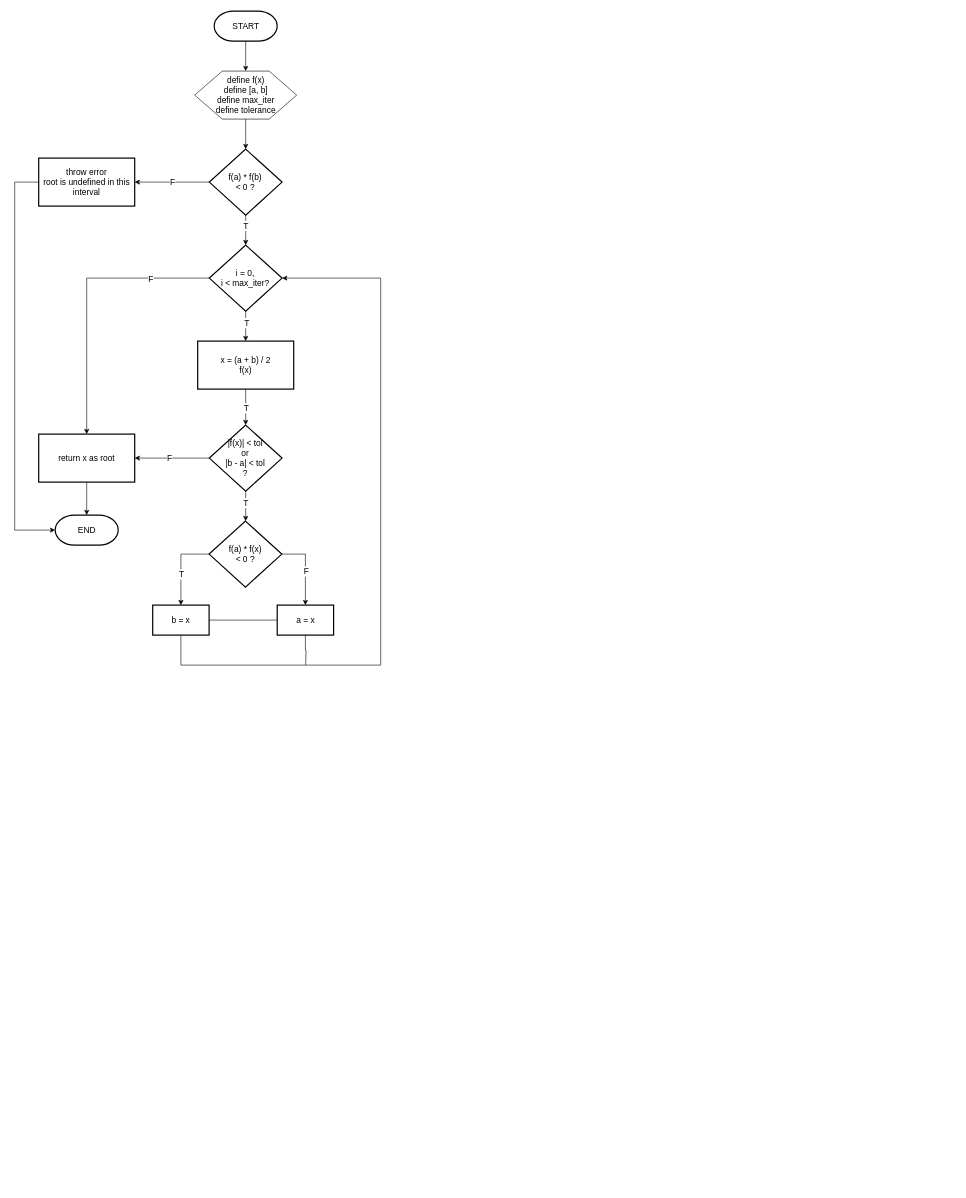
The draw.io diagram bisection/bisection.drawio in HarisHerdiansyah/computational-math, before the edit. Source tidied: cells renumbered, new cells numbered last; positions are measured from the earlier drawing's top-left corner, leaving out a move shared by most shapes. Both pictures are drawn from the tidied source at 60%, with x=0, y=0 at pixel (14, 11).
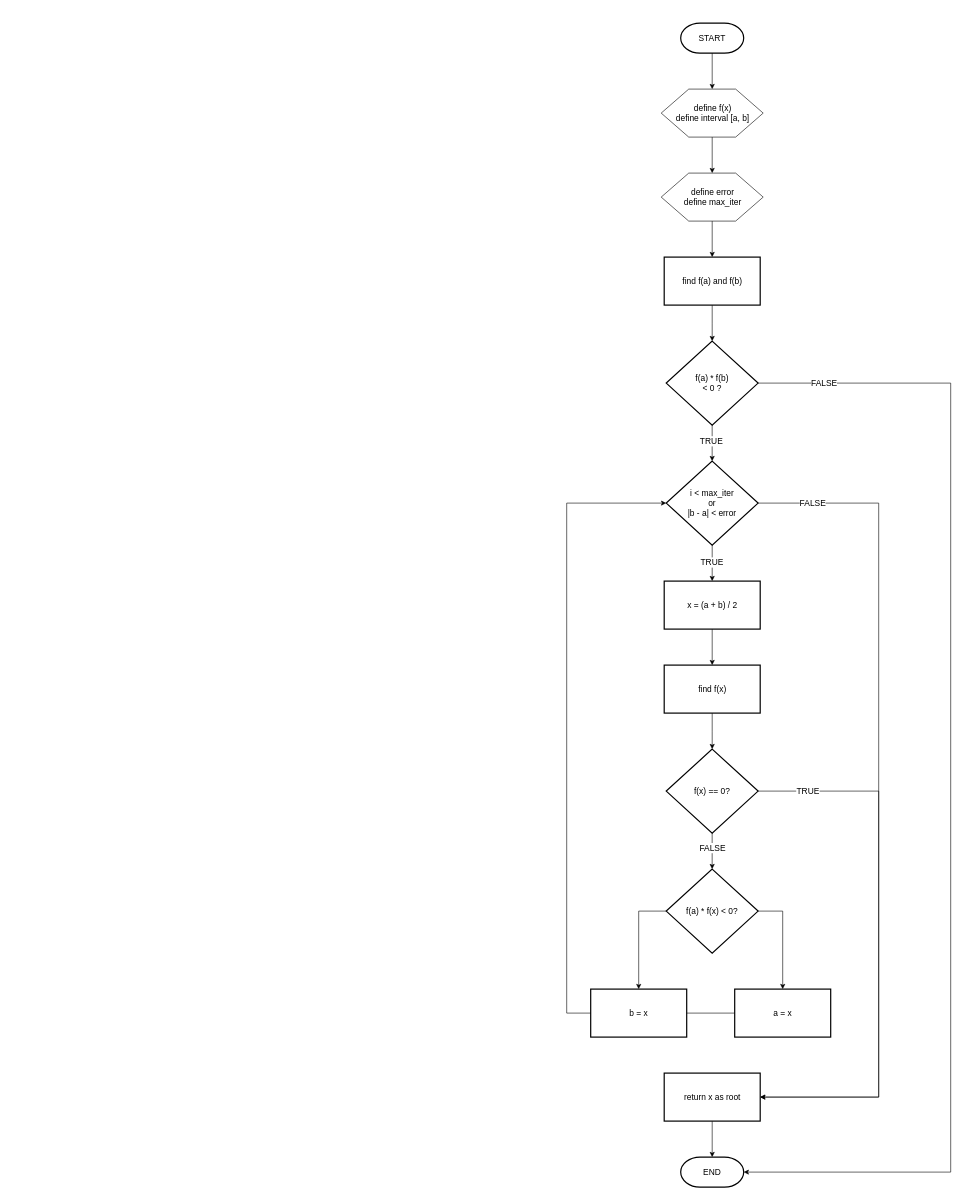
The same diagram, later.

What changed in the source:
```diff
@@
-    <mxCell id="2" style="edgeStyle=orthogonalEdgeStyle;rounded=0;jettySize=auto;html=1;" parent="1" edge="1" source="3" target="5">
-      <mxGeometry relative="1" as="geometry" />
-    </mxCell>
+    <mxCell id="39" style="edgeStyle=orthogonalEdgeStyle;rounded=0;jettySize=auto;html=1;" parent="1" edge="1" source="3" target="41">
+      <mxGeometry relative="1" as="geometry" />
+    </mxCell>
     <mxCell id="3" value="START" style="strokeWidth=2;html=1;shape=mxgraph.flowchart.terminator;whiteSpace=wrap;fontSize=14;" parent="1" vertex="1">
-      <mxGeometry x="332.5" width="105" height="50" as="geometry" />
+      <mxGeometry x="1110" y="20" width="105" height="50" as="geometry" />
     </mxCell>
-    <mxCell id="4" style="edgeStyle=orthogonalEdgeStyle;rounded=0;jettySize=auto;html=1;" parent="1" edge="1" source="5" target="10">
-      <mxGeometry relative="1" as="geometry" />
-    </mxCell>
-    <mxCell id="5" value="define f(x)&lt;div&gt;define [a, b]&lt;/div&gt;&lt;div&gt;define max_iter&lt;/div&gt;&lt;div&gt;define tolerance&lt;/div&gt;" style="verticalLabelPosition=middle;verticalAlign=middle;html=1;shape=hexagon;perimeter=hexagonPerimeter2;arcSize=6;size=0.27;labelPosition=center;align=center;fontSize=14;" parent="1" vertex="1">
-      <mxGeometry x="300" y="100" width="170" height="80" as="geometry" />
-    </mxCell>
-    <mxCell id="6" style="edgeStyle=orthogonalEdgeStyle;rounded=0;jettySize=auto;html=1;" parent="1" edge="1" source="10" target="15">
-      <mxGeometry relative="1" as="geometry" />
-    </mxCell>
-    <mxCell id="7" value="&lt;font style=&quot;font-size: 14px;&quot;&gt;T&lt;/font&gt;" style="edgeLabel;html=1;align=center;verticalAlign=middle;" parent="6" vertex="1">
-      <mxGeometry x="-0.32" y="-1" relative="1" as="geometry" />
-    </mxCell>
-    <mxCell id="8" style="edgeStyle=orthogonalEdgeStyle;rounded=0;jettySize=auto;html=1;exitX=0;exitY=0.5;exitDx=0;exitDy=0;exitPerimeter=0;" parent="1" edge="1" source="10" target="37">
-      <mxGeometry relative="1" as="geometry" />
-    </mxCell>
-    <mxCell id="9" value="&lt;span style=&quot;font-size: 14px;&quot;&gt;F&lt;/span&gt;" style="edgeLabel;html=1;align=center;verticalAlign=middle;" parent="8" vertex="1">
-      <mxGeometry y="-1" relative="1" as="geometry" />
-    </mxCell>
+    <mxCell id="40" style="edgeStyle=orthogonalEdgeStyle;rounded=0;jettySize=auto;html=1;" parent="1" edge="1" source="41" target="43">
+      <mxGeometry relative="1" as="geometry" />
+    </mxCell>
+    <mxCell id="41" value="define f(x)&lt;div&gt;define interval [a, b]&lt;/div&gt;" style="verticalLabelPosition=middle;verticalAlign=middle;html=1;shape=hexagon;perimeter=hexagonPerimeter2;arcSize=6;size=0.27;labelPosition=center;align=center;fontSize=14;" parent="1" vertex="1">
+      <mxGeometry x="1077.5" y="130" width="170" height="80" as="geometry" />
+    </mxCell>
+    <mxCell id="42" style="edgeStyle=orthogonalEdgeStyle;rounded=0;jettySize=auto;html=1;" parent="1" edge="1" source="43" target="45">
+      <mxGeometry relative="1" as="geometry" />
+    </mxCell>
+    <mxCell id="43" value="define error&lt;div&gt;define max_iter&lt;/div&gt;" style="verticalLabelPosition=middle;verticalAlign=middle;html=1;shape=hexagon;perimeter=hexagonPerimeter2;arcSize=6;size=0.27;labelPosition=center;align=center;fontSize=14;" parent="1" vertex="1">
+      <mxGeometry x="1077.5" y="270" width="170" height="80" as="geometry" />
+    </mxCell>
+    <mxCell id="44" style="edgeStyle=orthogonalEdgeStyle;rounded=0;jettySize=auto;html=1;" parent="1" edge="1" source="45" target="10">
+      <mxGeometry relative="1" as="geometry" />
+    </mxCell>
+    <mxCell id="45" value="find f(a) and f(b)" style="rounded=1;whiteSpace=wrap;html=1;absoluteArcSize=1;arcSize=0;strokeWidth=2;fontSize=14;" parent="1" vertex="1">
+      <mxGeometry x="1082.5" y="410" width="160" height="80" as="geometry" />
+    </mxCell>
+    <mxCell id="46" style="edgeStyle=orthogonalEdgeStyle;rounded=0;jettySize=auto;html=1;" parent="1" edge="1" source="10" target="56">
+      <mxGeometry relative="1" as="geometry" />
+    </mxCell>
+    <mxCell id="47" value="&lt;font style=&quot;font-size: 14px;&quot;&gt;TRUE&lt;/font&gt;" style="edgeLabel;html=1;align=center;verticalAlign=middle;" parent="46" vertex="1">
+      <mxGeometry x="-0.14" y="-2" relative="1" as="geometry" />
+    </mxCell>
     <mxCell id="10" value="f(a) * f(b)&lt;div&gt;&amp;lt; 0 ?&lt;/div&gt;" style="strokeWidth=2;html=1;shape=mxgraph.flowchart.decision;whiteSpace=wrap;fontSize=14;" parent="1" vertex="1">
-      <mxGeometry x="324.4" y="230" width="121.2" height="110" as="geometry" />
+      <mxGeometry x="1085.9" y="550" width="153.1" height="140" as="geometry" />
     </mxCell>
-    <mxCell id="11" style="edgeStyle=orthogonalEdgeStyle;rounded=0;jettySize=auto;html=1;" parent="1" edge="1" source="15" target="18">
-      <mxGeometry relative="1" as="geometry" />
-    </mxCell>
-    <mxCell id="12" value="&lt;font style=&quot;font-size: 14px;&quot;&gt;T&lt;/font&gt;" style="edgeLabel;html=1;align=center;verticalAlign=middle;" parent="11" vertex="1">
-      <mxGeometry x="-0.25" y="1" relative="1" as="geometry" />
-    </mxCell>
-    <mxCell id="13" style="edgeStyle=orthogonalEdgeStyle;rounded=0;jettySize=auto;html=1;exitX=0;exitY=0.5;exitDx=0;exitDy=0;exitPerimeter=0;entryX=0.5;entryY=0;entryDx=0;entryDy=0;" parent="1" edge="1" source="15" target="35">
-      <mxGeometry relative="1" as="geometry" />
-    </mxCell>
-    <mxCell id="14" value="&lt;font style=&quot;font-size: 14px;&quot;&gt;F&lt;/font&gt;" style="edgeLabel;html=1;align=center;verticalAlign=middle;" parent="13" vertex="1">
-      <mxGeometry x="-0.58" y="1" relative="1" as="geometry" />
-    </mxCell>
-    <mxCell id="15" value="i = 0,&lt;div&gt;i &amp;lt; max_iter?&lt;/div&gt;" style="strokeWidth=2;html=1;shape=mxgraph.flowchart.decision;whiteSpace=wrap;fontSize=14;" parent="1" vertex="1">
-      <mxGeometry x="324.4" y="390" width="121.2" height="110" as="geometry" />
-    </mxCell>
-    <mxCell id="16" style="edgeStyle=orthogonalEdgeStyle;rounded=0;jettySize=auto;html=1;" parent="1" edge="1" source="18" target="23">
-      <mxGeometry relative="1" as="geometry" />
-    </mxCell>
-    <mxCell id="17" value="&lt;font style=&quot;font-size: 14px;&quot;&gt;T&lt;/font&gt;" style="edgeLabel;html=1;align=center;verticalAlign=middle;" parent="16" vertex="1">
-      <mxGeometry x="0.04" relative="1" as="geometry" />
-    </mxCell>
-    <mxCell id="18" value="x = (a + b) / 2&lt;div&gt;f(x)&lt;/div&gt;" style="rounded=1;whiteSpace=wrap;html=1;absoluteArcSize=1;arcSize=0;strokeWidth=2;fontSize=14;" parent="1" vertex="1">
-      <mxGeometry x="305" y="550" width="160" height="80" as="geometry" />
-    </mxCell>
-    <mxCell id="19" style="edgeStyle=orthogonalEdgeStyle;rounded=0;jettySize=auto;html=1;" parent="1" edge="1" source="23">
-      <mxGeometry relative="1" as="geometry">
-        <mxPoint x="385" y="850" as="targetPoint" />
-      </mxGeometry>
-    </mxCell>
-    <mxCell id="20" value="&lt;font style=&quot;font-size: 14px;&quot;&gt;T&lt;/font&gt;" style="edgeLabel;html=1;align=center;verticalAlign=middle;" parent="19" vertex="1">
-      <mxGeometry x="-0.26" y="-1" relative="1" as="geometry" />
-    </mxCell>
-    <mxCell id="21" style="edgeStyle=orthogonalEdgeStyle;rounded=0;jettySize=auto;html=1;exitX=0;exitY=0.5;exitDx=0;exitDy=0;exitPerimeter=0;entryX=1;entryY=0.5;entryDx=0;entryDy=0;" parent="1" edge="1" source="23" target="35">
-      <mxGeometry relative="1" as="geometry" />
-    </mxCell>
-    <mxCell id="22" value="&lt;span style=&quot;font-size: 14px;&quot;&gt;F&lt;/span&gt;" style="edgeLabel;html=1;align=center;verticalAlign=middle;" parent="21" vertex="1">
-      <mxGeometry x="0.08" y="-1" relative="1" as="geometry" />
-    </mxCell>
-    <mxCell id="23" value="|f(x)| &amp;lt; tol&lt;div&gt;or&lt;/div&gt;&lt;div&gt;|b - a| &amp;lt; tol&lt;/div&gt;&lt;div&gt;?&lt;/div&gt;" style="strokeWidth=2;html=1;shape=mxgraph.flowchart.decision;whiteSpace=wrap;fontSize=14;" parent="1" vertex="1">
-      <mxGeometry x="324.4" y="690" width="121.2" height="110" as="geometry" />
-    </mxCell>
-    <mxCell id="24" style="edgeStyle=orthogonalEdgeStyle;rounded=0;jettySize=auto;html=1;exitX=0;exitY=0.5;exitDx=0;exitDy=0;exitPerimeter=0;entryX=0.5;entryY=0;entryDx=0;entryDy=0;" parent="1" edge="1" source="28" target="30">
-      <mxGeometry relative="1" as="geometry" />
-    </mxCell>
-    <mxCell id="25" value="&lt;font style=&quot;font-size: 14px;&quot;&gt;T&lt;/font&gt;" style="edgeLabel;html=1;align=center;verticalAlign=middle;" parent="24" vertex="1">
-      <mxGeometry x="0.21" relative="1" as="geometry" />
-    </mxCell>
-    <mxCell id="26" style="edgeStyle=orthogonalEdgeStyle;rounded=0;jettySize=auto;html=1;exitX=1;exitY=0.5;exitDx=0;exitDy=0;exitPerimeter=0;entryX=0.5;entryY=0;entryDx=0;entryDy=0;" parent="1" edge="1" source="28" target="32">
-      <mxGeometry relative="1" as="geometry" />
-    </mxCell>
-    <mxCell id="27" value="&lt;font style=&quot;font-size: 14px;&quot;&gt;F&lt;/font&gt;" style="edgeLabel;html=1;align=center;verticalAlign=middle;" parent="26" vertex="1">
-      <mxGeometry x="0.09" y="1" relative="1" as="geometry" />
-    </mxCell>
-    <mxCell id="28" value="f(a) * f(x)&lt;div&gt;&amp;lt; 0 ?&lt;/div&gt;" style="strokeWidth=2;html=1;shape=mxgraph.flowchart.decision;whiteSpace=wrap;fontSize=14;" parent="1" vertex="1">
-      <mxGeometry x="324" y="850" width="121.2" height="110" as="geometry" />
-    </mxCell>
+    <mxCell id="48" style="edgeStyle=orthogonalEdgeStyle;rounded=0;jettySize=auto;html=1;" parent="1" edge="1" source="49" target="51">
+      <mxGeometry relative="1" as="geometry" />
+    </mxCell>
+    <mxCell id="49" value="x = (a + b) / 2" style="rounded=1;whiteSpace=wrap;html=1;absoluteArcSize=1;arcSize=0;strokeWidth=2;fontSize=14;" parent="1" vertex="1">
+      <mxGeometry x="1082.5" y="950" width="160" height="80" as="geometry" />
+    </mxCell>
+    <mxCell id="50" style="edgeStyle=orthogonalEdgeStyle;rounded=0;jettySize=auto;html=1;" parent="1" edge="1" source="51" target="61">
+      <mxGeometry relative="1" as="geometry" />
+    </mxCell>
+    <mxCell id="51" value="find f(x)" style="rounded=1;whiteSpace=wrap;html=1;absoluteArcSize=1;arcSize=0;strokeWidth=2;fontSize=14;" parent="1" vertex="1">
+      <mxGeometry x="1082.5" y="1090" width="160" height="80" as="geometry" />
+    </mxCell>
+    <mxCell id="52" style="edgeStyle=orthogonalEdgeStyle;rounded=0;jettySize=auto;html=1;" parent="1" edge="1" source="56" target="49">
+      <mxGeometry relative="1" as="geometry" />
+    </mxCell>
+    <mxCell id="53" value="&lt;span style=&quot;font-size: 14px;&quot;&gt;TRUE&lt;/span&gt;" style="edgeLabel;html=1;align=center;verticalAlign=middle;" parent="52" vertex="1">
+      <mxGeometry x="-0.07" y="-1" relative="1" as="geometry" />
+    </mxCell>
+    <mxCell id="54" style="edgeStyle=orthogonalEdgeStyle;rounded=0;jettySize=auto;html=1;exitX=1;exitY=0.5;exitDx=0;exitDy=0;exitPerimeter=0;entryX=1;entryY=0.5;entryDx=0;entryDy=0;" parent="1" edge="1" source="56" target="35">
+      <mxGeometry relative="1" as="geometry">
+        <Array as="points">
+          <mxPoint x="1440" y="820" />
+          <mxPoint x="1440" y="1810" />
+        </Array>
+      </mxGeometry>
+    </mxCell>
+    <mxCell id="55" value="&lt;font style=&quot;font-size: 14px;&quot;&gt;FALSE&lt;/font&gt;" style="edgeLabel;html=1;align=center;verticalAlign=middle;" parent="54" vertex="1">
+      <mxGeometry x="-0.87" relative="1" as="geometry" />
+    </mxCell>
+    <mxCell id="56" value="i &amp;lt; max_iter&lt;div&gt;or&lt;/div&gt;&lt;div&gt;|b - a| &amp;lt; error&lt;/div&gt;" style="strokeWidth=2;html=1;shape=mxgraph.flowchart.decision;whiteSpace=wrap;fontSize=14;" parent="1" vertex="1">
+      <mxGeometry x="1085.9" y="750" width="153.1" height="140" as="geometry" />
+    </mxCell>
+    <mxCell id="57" style="edgeStyle=orthogonalEdgeStyle;rounded=0;jettySize=auto;html=1;" parent="1" edge="1" source="61" target="64">
+      <mxGeometry relative="1" as="geometry" />
+    </mxCell>
+    <mxCell id="58" value="&lt;font style=&quot;font-size: 14px;&quot;&gt;FALSE&lt;/font&gt;" style="edgeLabel;html=1;align=center;verticalAlign=middle;" parent="57" vertex="1">
+      <mxGeometry x="-0.19" relative="1" as="geometry" />
+    </mxCell>
+    <mxCell id="59" style="edgeStyle=orthogonalEdgeStyle;rounded=0;jettySize=auto;html=1;entryX=1;entryY=0.5;entryDx=0;entryDy=0;" parent="1" edge="1" source="61" target="35">
+      <mxGeometry relative="1" as="geometry">
+        <Array as="points">
+          <mxPoint x="1440" y="1300" />
+          <mxPoint x="1440" y="1810" />
+        </Array>
+      </mxGeometry>
+    </mxCell>
+    <mxCell id="60" value="&lt;font style=&quot;font-size: 14px;&quot;&gt;TRUE&lt;/font&gt;" style="edgeLabel;html=1;align=center;verticalAlign=middle;" parent="59" vertex="1">
+      <mxGeometry x="-0.82" relative="1" as="geometry" />
+    </mxCell>
+    <mxCell id="61" value="f(x) == 0?" style="strokeWidth=2;html=1;shape=mxgraph.flowchart.decision;whiteSpace=wrap;fontSize=14;" parent="1" vertex="1">
+      <mxGeometry x="1085.9" y="1230" width="153.1" height="140" as="geometry" />
+    </mxCell>
+    <mxCell id="62" style="edgeStyle=orthogonalEdgeStyle;rounded=0;jettySize=auto;html=1;exitX=0;exitY=0.5;exitDx=0;exitDy=0;exitPerimeter=0;" parent="1" edge="1" source="64" target="30">
+      <mxGeometry relative="1" as="geometry" />
+    </mxCell>
+    <mxCell id="63" style="edgeStyle=orthogonalEdgeStyle;rounded=0;jettySize=auto;html=1;exitX=1;exitY=0.5;exitDx=0;exitDy=0;exitPerimeter=0;entryX=0.5;entryY=0;entryDx=0;entryDy=0;" parent="1" edge="1" source="64" target="32">
+      <mxGeometry relative="1" as="geometry" />
+    </mxCell>
+    <mxCell id="64" value="f(a) * f(x) &amp;lt; 0?" style="strokeWidth=2;html=1;shape=mxgraph.flowchart.decision;whiteSpace=wrap;fontSize=14;" parent="1" vertex="1">
+      <mxGeometry x="1085.9" y="1430" width="153.1" height="140" as="geometry" />
+    </mxCell>
-    <mxCell id="29" style="edgeStyle=orthogonalEdgeStyle;rounded=0;jettySize=auto;html=1;exitX=1;exitY=0.5;exitDx=0;exitDy=0;entryX=0;entryY=0.5;entryDx=0;entryDy=0;endArrow=none;endFill=0;" parent="1" edge="1" source="30" target="32">
+    <mxCell id="29" style="edgeStyle=orthogonalEdgeStyle;rounded=0;jettySize=auto;html=1;endArrow=none;endFill=0;" parent="1" edge="1" source="30" target="32">
       <mxGeometry relative="1" as="geometry" />
     </mxCell>
     <mxCell id="30" value="b = x" style="rounded=1;whiteSpace=wrap;html=1;absoluteArcSize=1;arcSize=0;strokeWidth=2;fontSize=14;" parent="1" vertex="1">
-      <mxGeometry x="230" y="990" width="94" height="50" as="geometry" />
+      <mxGeometry x="960" y="1630" width="160" height="80" as="geometry" />
     </mxCell>
-    <mxCell id="31" style="edgeStyle=orthogonalEdgeStyle;rounded=0;jettySize=auto;html=1;exitX=0.5;exitY=1;exitDx=0;exitDy=0;endArrow=none;endFill=0;" parent="1" edge="1" source="32">
-      <mxGeometry relative="1" as="geometry">
-        <mxPoint x="485" y="1090" as="targetPoint" />
-      </mxGeometry>
-    </mxCell>
     <mxCell id="32" value="a = x" style="rounded=1;whiteSpace=wrap;html=1;absoluteArcSize=1;arcSize=0;strokeWidth=2;fontSize=14;" parent="1" vertex="1">
-      <mxGeometry x="437.5" y="990" width="94" height="50" as="geometry" />
+      <mxGeometry x="1200" y="1630" width="160" height="80" as="geometry" />
     </mxCell>
-    <mxCell id="33" style="edgeStyle=orthogonalEdgeStyle;rounded=0;jettySize=auto;html=1;exitX=0.5;exitY=1;exitDx=0;exitDy=0;entryX=1;entryY=0.5;entryDx=0;entryDy=0;entryPerimeter=0;" parent="1" edge="1" source="30" target="15">
-      <mxGeometry relative="1" as="geometry">
-        <Array as="points">
-          <mxPoint x="277" y="1090" />
-          <mxPoint x="610" y="1090" />
-          <mxPoint x="610" y="445" />
-        </Array>
-      </mxGeometry>
-    </mxCell>
+    <mxCell id="65" style="edgeStyle=orthogonalEdgeStyle;rounded=0;jettySize=auto;html=1;exitX=0;exitY=0.5;exitDx=0;exitDy=0;entryX=0;entryY=0.5;entryDx=0;entryDy=0;entryPerimeter=0;" parent="1" edge="1" source="30" target="56">
+      <mxGeometry relative="1" as="geometry">
+        <Array as="points">
+          <mxPoint x="920" y="1670" />
+          <mxPoint x="920" y="820" />
+        </Array>
+      </mxGeometry>
+    </mxCell>
@@
     <mxCell id="35" value="return x as root" style="rounded=1;whiteSpace=wrap;html=1;absoluteArcSize=1;arcSize=0;strokeWidth=2;fontSize=14;" parent="1" vertex="1">
-      <mxGeometry x="40" y="705" width="160" height="80" as="geometry" />
+      <mxGeometry x="1082.5" y="1770" width="160" height="80" as="geometry" />
     </mxCell>
     <mxCell id="36" value="END" style="strokeWidth=2;html=1;shape=mxgraph.flowchart.terminator;whiteSpace=wrap;fontSize=14;" parent="1" vertex="1">
-      <mxGeometry x="67.5" y="840" width="105" height="50" as="geometry" />
+      <mxGeometry x="1110" y="1910" width="105" height="50" as="geometry" />
     </mxCell>
-    <mxCell id="37" value="throw error&lt;div&gt;root is undefined in this interval&lt;/div&gt;" style="rounded=1;whiteSpace=wrap;html=1;absoluteArcSize=1;arcSize=0;strokeWidth=2;fontSize=14;" parent="1" vertex="1">
-      <mxGeometry x="40" y="245" width="160" height="80" as="geometry" />
-    </mxCell>
-    <mxCell id="38" style="edgeStyle=orthogonalEdgeStyle;rounded=0;jettySize=auto;html=1;exitX=0;exitY=0.5;exitDx=0;exitDy=0;entryX=0;entryY=0.5;entryDx=0;entryDy=0;entryPerimeter=0;" parent="1" edge="1" source="37" target="36">
-      <mxGeometry relative="1" as="geometry">
-        <Array as="points">
-          <mxPoint y="285" />
-          <mxPoint y="865" />
-        </Array>
-      </mxGeometry>
-    </mxCell>
+    <mxCell id="66" style="edgeStyle=orthogonalEdgeStyle;rounded=0;jettySize=auto;html=1;exitX=1;exitY=0.5;exitDx=0;exitDy=0;exitPerimeter=0;entryX=1;entryY=0.5;entryDx=0;entryDy=0;entryPerimeter=0;" parent="1" edge="1" source="10" target="36">
+      <mxGeometry relative="1" as="geometry">
+        <Array as="points">
+          <mxPoint x="1560" y="620" />
+          <mxPoint x="1560" y="1935" />
+        </Array>
+      </mxGeometry>
+    </mxCell>
+    <mxCell id="67" value="&lt;font style=&quot;font-size: 14px;&quot;&gt;FALSE&lt;/font&gt;" style="edgeLabel;html=1;align=center;verticalAlign=middle;" parent="66" vertex="1">
+      <mxGeometry x="-0.89" relative="1" as="geometry" />
+    </mxCell>
```
